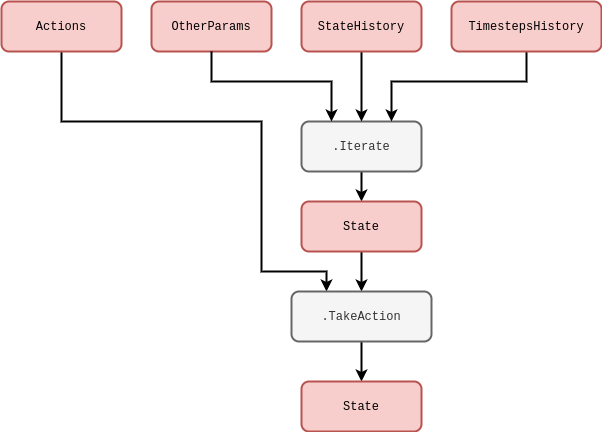
umbralcalc/umbralcalc.github.io keeps this draw.io diagram as assets/stochadexIV/stochadexIV-iterations-with-actions.drawio.png. Above is the earlier version. Source tidied: cells renumbered, new cells last; positions are measured from the earlier drawing's top-left corner, leaving out a move shared by most shapes. Source of this version:
```xml
<mxGraphModel>
  <root>
    <mxCell id="0" />
    <mxCell id="1" parent="0" />
    <mxCell id="2" value="&lt;font face=&quot;Courier New&quot;&gt;OtherParams&lt;/font&gt;" style="rounded=1;whiteSpace=wrap;html=1;strokeWidth=2;fillColor=#f8cecc;strokeColor=#b85450;" parent="1" vertex="1">
      <mxGeometry x="150" width="120" height="50" as="geometry" />
    </mxCell>
    <mxCell id="3" style="edgeStyle=orthogonalEdgeStyle;rounded=0;jettySize=auto;html=1;strokeWidth=2;" parent="1" edge="1" source="4" target="10">
      <mxGeometry relative="1" as="geometry" />
    </mxCell>
    <mxCell id="4" value="&lt;font face=&quot;Courier New&quot;&gt;.Iterate&lt;/font&gt;" style="rounded=1;whiteSpace=wrap;html=1;strokeWidth=2;fillColor=#f5f5f5;fontColor=#333333;strokeColor=#666666;" parent="1" vertex="1">
      <mxGeometry x="300" y="120" width="120" height="50" as="geometry" />
    </mxCell>
    <mxCell id="5" style="edgeStyle=orthogonalEdgeStyle;rounded=0;jettySize=auto;html=1;entryX=0.5;entryY=0;entryDx=0;entryDy=0;strokeWidth=2;" parent="1" edge="1" source="6" target="4">
      <mxGeometry relative="1" as="geometry" />
    </mxCell>
    <mxCell id="6" value="&lt;font face=&quot;Courier New&quot;&gt;StateHistory&lt;/font&gt;" style="rounded=1;whiteSpace=wrap;html=1;strokeWidth=2;fillColor=#f8cecc;strokeColor=#b85450;" parent="1" vertex="1">
      <mxGeometry x="300" width="120" height="50" as="geometry" />
    </mxCell>
    <mxCell id="7" style="edgeStyle=orthogonalEdgeStyle;rounded=0;jettySize=auto;html=1;entryX=0.75;entryY=0;entryDx=0;entryDy=0;strokeWidth=2;" parent="1" edge="1" source="8" target="4">
      <mxGeometry relative="1" as="geometry">
        <Array as="points">
          <mxPoint x="525" y="80" />
          <mxPoint x="390" y="80" />
        </Array>
      </mxGeometry>
    </mxCell>
    <mxCell id="8" value="&lt;font face=&quot;Courier New&quot;&gt;TimestepsHistory&lt;/font&gt;" style="rounded=1;whiteSpace=wrap;html=1;strokeWidth=2;fillColor=#f8cecc;strokeColor=#b85450;" parent="1" vertex="1">
      <mxGeometry x="450" width="150" height="50" as="geometry" />
    </mxCell>
    <mxCell id="9" style="edgeStyle=orthogonalEdgeStyle;rounded=0;jettySize=auto;html=1;strokeWidth=2;" parent="1" edge="1" source="10" target="14">
      <mxGeometry relative="1" as="geometry" />
    </mxCell>
    <mxCell id="10" value="&lt;font face=&quot;Courier New&quot;&gt;State&lt;/font&gt;" style="rounded=1;whiteSpace=wrap;html=1;strokeWidth=2;fillColor=#f8cecc;strokeColor=#b85450;" parent="1" vertex="1">
      <mxGeometry x="300" y="200" width="120" height="50" as="geometry" />
    </mxCell>
    <mxCell id="11" style="edgeStyle=orthogonalEdgeStyle;rounded=0;jettySize=auto;html=1;entryX=0.25;entryY=0;entryDx=0;entryDy=0;strokeWidth=2;" parent="1" edge="1" source="12" target="14">
      <mxGeometry relative="1" as="geometry">
        <Array as="points">
          <mxPoint x="60" y="120" />
          <mxPoint x="260" y="120" />
          <mxPoint x="260" y="270" />
          <mxPoint x="325" y="270" />
        </Array>
      </mxGeometry>
    </mxCell>
    <mxCell id="12" value="&lt;font face=&quot;Courier New&quot;&gt;Actions&lt;/font&gt;" style="rounded=1;whiteSpace=wrap;html=1;strokeWidth=2;fillColor=#f8cecc;strokeColor=#b85450;" parent="1" vertex="1">
      <mxGeometry width="120" height="50" as="geometry" />
    </mxCell>
    <mxCell id="13" style="edgeStyle=orthogonalEdgeStyle;rounded=0;jettySize=auto;html=1;strokeWidth=2;" parent="1" edge="1" source="14" target="15">
      <mxGeometry relative="1" as="geometry" />
    </mxCell>
    <mxCell id="14" value="&lt;font face=&quot;Courier New&quot;&gt;.TakeAction&lt;/font&gt;" style="rounded=1;whiteSpace=wrap;html=1;strokeWidth=2;fillColor=#f5f5f5;fontColor=#333333;strokeColor=#666666;" parent="1" vertex="1">
      <mxGeometry x="290" y="290" width="140" height="50" as="geometry" />
    </mxCell>
    <mxCell id="15" value="&lt;font face=&quot;Courier New&quot;&gt;State&lt;/font&gt;" style="rounded=1;whiteSpace=wrap;html=1;strokeWidth=2;fillColor=#f8cecc;strokeColor=#b85450;" parent="1" vertex="1">
      <mxGeometry x="300" y="380" width="120" height="50" as="geometry" />
    </mxCell>
    <mxCell id="16" style="edgeStyle=orthogonalEdgeStyle;rounded=0;jettySize=auto;html=1;entryX=0.25;entryY=0;entryDx=0;entryDy=0;strokeWidth=2;exitX=0.5;exitY=1;exitDx=0;exitDy=0;" parent="1" edge="1" source="2" target="4">
      <mxGeometry relative="1" as="geometry">
        <Array as="points">
          <mxPoint x="210" y="80" />
          <mxPoint x="330" y="80" />
        </Array>
      </mxGeometry>
    </mxCell>
  </root>
</mxGraphModel>
```
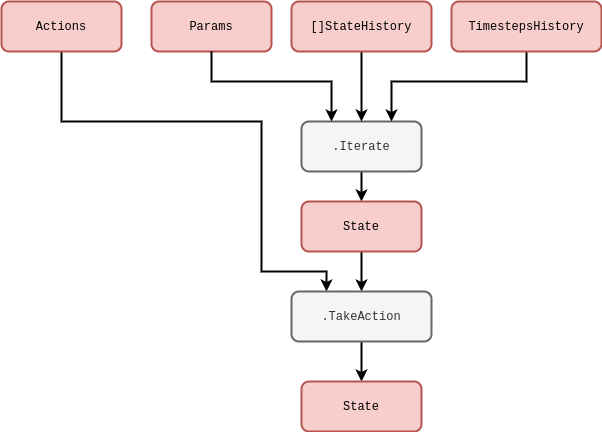
Above is the later version.

Diff of the diagram source:
```diff
@@ -2,7 +2,7 @@
   <root>
     <mxCell id="0" />
     <mxCell id="1" parent="0" />
-    <mxCell id="2" value="&lt;font face=&quot;Courier New&quot;&gt;OtherParams&lt;/font&gt;" style="rounded=1;whiteSpace=wrap;html=1;strokeWidth=2;fillColor=#f8cecc;strokeColor=#b85450;" parent="1" vertex="1">
+    <mxCell id="2" value="&lt;font face=&quot;Courier New&quot;&gt;Params&lt;/font&gt;" style="rounded=1;whiteSpace=wrap;html=1;strokeWidth=2;fillColor=#f8cecc;strokeColor=#b85450;" parent="1" vertex="1">
       <mxGeometry x="150" width="120" height="50" as="geometry" />
     </mxCell>
     <mxCell id="3" style="edgeStyle=orthogonalEdgeStyle;rounded=0;jettySize=auto;html=1;strokeWidth=2;" parent="1" edge="1" source="4" target="10">
@@ -14,8 +14,8 @@
     <mxCell id="5" style="edgeStyle=orthogonalEdgeStyle;rounded=0;jettySize=auto;html=1;entryX=0.5;entryY=0;entryDx=0;entryDy=0;strokeWidth=2;" parent="1" edge="1" source="6" target="4">
       <mxGeometry relative="1" as="geometry" />
     </mxCell>
-    <mxCell id="6" value="&lt;font face=&quot;Courier New&quot;&gt;StateHistory&lt;/font&gt;" style="rounded=1;whiteSpace=wrap;html=1;strokeWidth=2;fillColor=#f8cecc;strokeColor=#b85450;" parent="1" vertex="1">
-      <mxGeometry x="300" width="120" height="50" as="geometry" />
+    <mxCell id="6" value="&lt;font face=&quot;Courier New&quot;&gt;[]StateHistory&lt;/font&gt;" style="rounded=1;whiteSpace=wrap;html=1;strokeWidth=2;fillColor=#f8cecc;strokeColor=#b85450;" parent="1" vertex="1">
+      <mxGeometry x="290" width="140" height="50" as="geometry" />
     </mxCell>
     <mxCell id="7" style="edgeStyle=orthogonalEdgeStyle;rounded=0;jettySize=auto;html=1;entryX=0.75;entryY=0;entryDx=0;entryDy=0;strokeWidth=2;" parent="1" edge="1" source="8" target="4">
       <mxGeometry relative="1" as="geometry">
```
